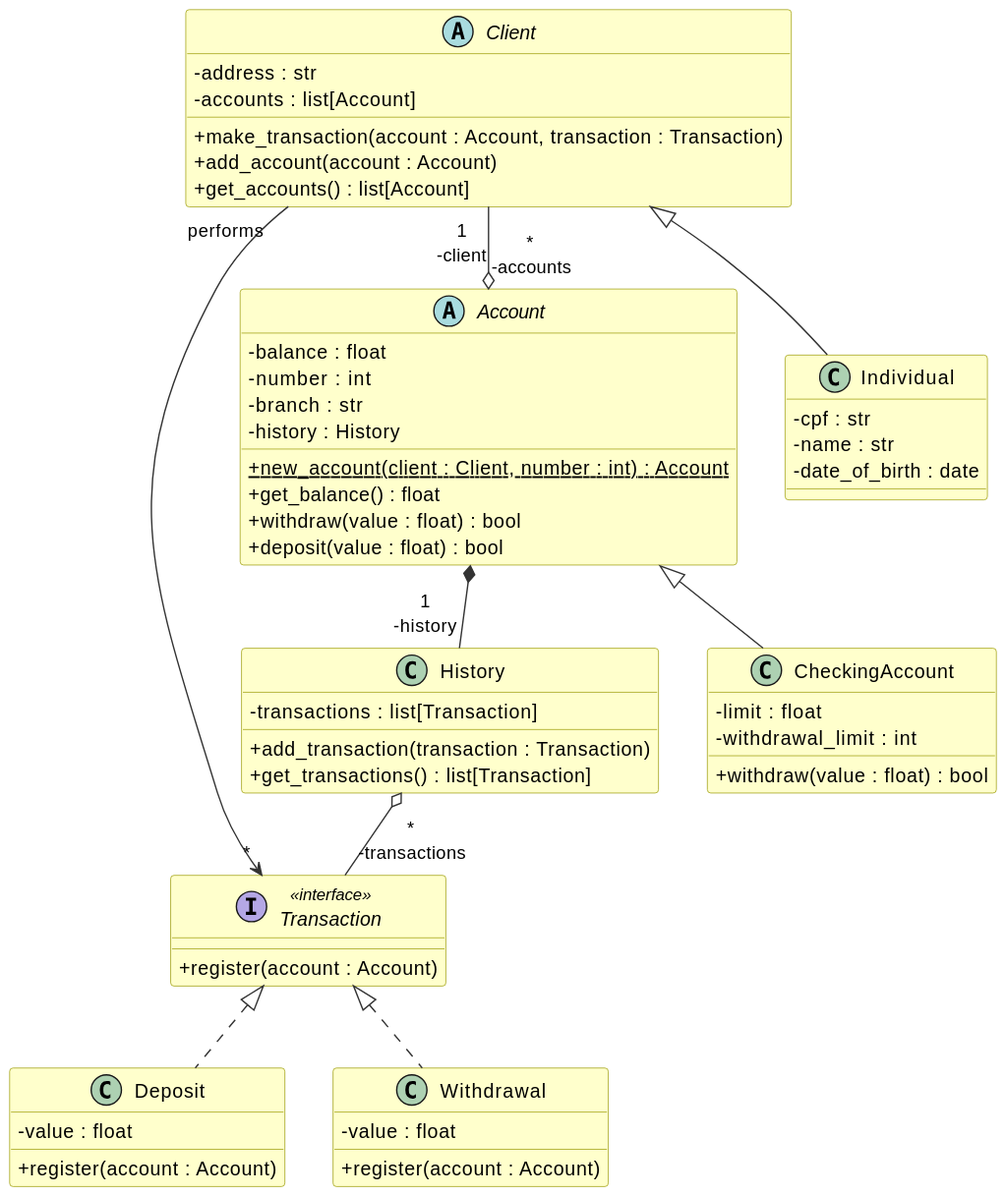
Earlier version of the PlantUML export docs/diagrams/class_diagram/class_diagram.svg (Lidianacosta/FastAPIBankingSystem). Source of this version:
```plantuml
@startuml
skinparam classAttributeIconSize 0
skinparam backgroundColor #FFFFFF
skinparam class {
    BackgroundColor #FFFFCC
    BorderColor #999900
    ArrowColor #333333
}
skinparam abstractClass {
    BackgroundColor #FFE0B2
    BorderColor #E65100
}

interface Transaction <<interface>> {
    + register(account : Account)
}

class Deposit {
    - value : float
    + register(account : Account)
}

class Withdrawal {
    - value : float
    + register(account : Account)
}

class History {
    - transactions : list[Transaction]
    + add_transaction(transaction : Transaction)
    + get_transactions() : list[Transaction]
}

abstract class Account {
    - balance : float
    - number : int
    - branch : str
    - history : History
    + {static} new_account(client : Client, number : int) : Account
    + get_balance() : float
    + withdraw(value : float) : bool
    + deposit(value : float) : bool
}

class CheckingAccount {
    - limit : float
    - withdrawal_limit : int
    + withdraw(value : float) : bool
}

abstract class Client {
    - address : str
    - accounts : list[Account]
    + make_transaction(account : Account, transaction : Transaction)
    + add_account(account : Account)
    + get_accounts() : list[Account]
}

class Individual {
    - cpf : str
    - name : str
    - date_of_birth : date
}

Account <|-- CheckingAccount
Client  <|-- Individual

Transaction <|.. Deposit
Transaction <|.. Withdrawal

Account *-- "1\n-history" History

History o-- "*\n-transactions" Transaction

Client "1\n-client" --o "*\n-accounts" Account

Client "  performs" --> "*" Transaction
@enduml
```
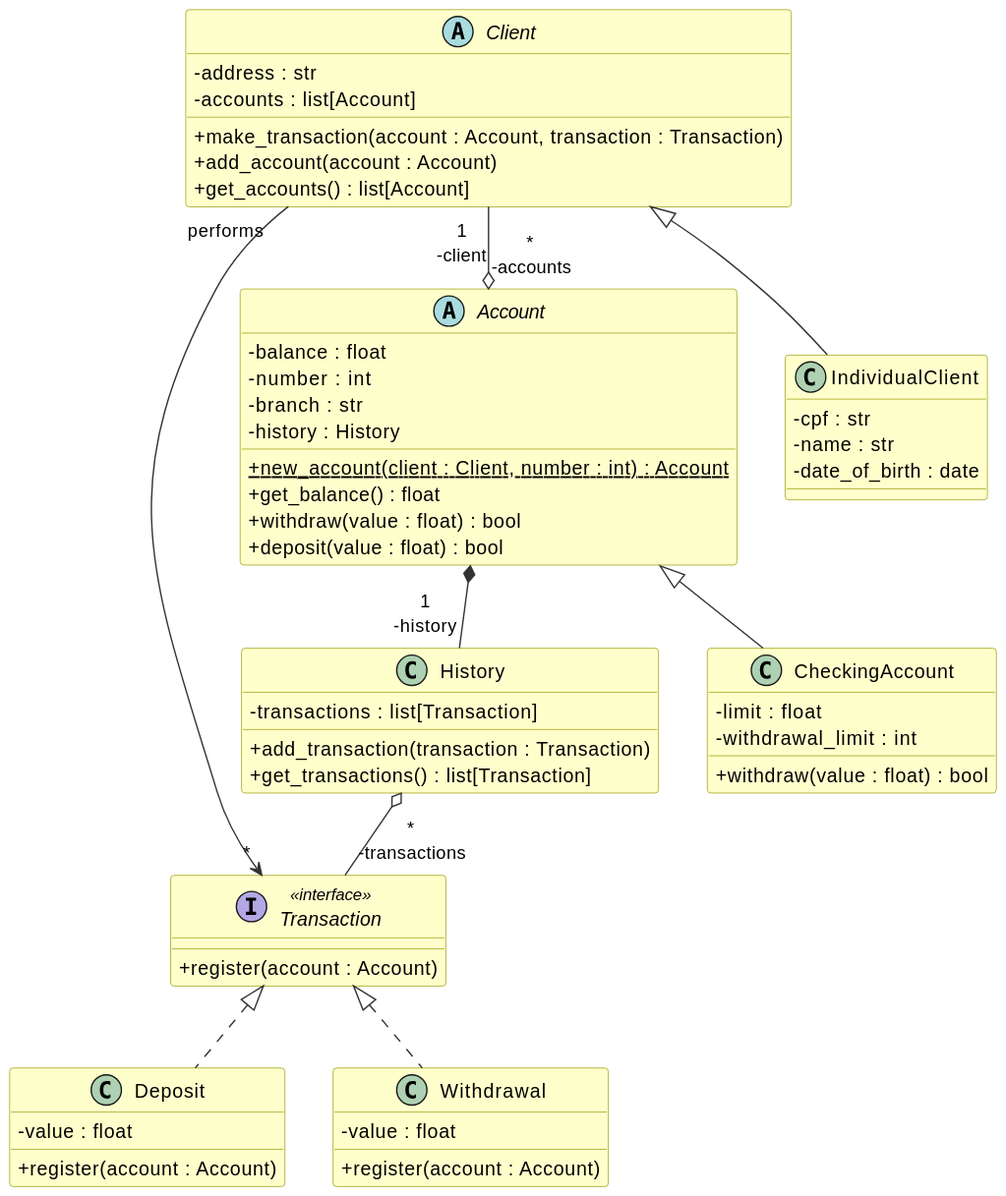
The same file after the commit.

Commit message:
docs(diagrams): rename Individual to IndividualClient in class diagram

Diff of the diagram source:
```diff
@@ -56,14 +56,14 @@
     + get_accounts() : list[Account]
 }
 
-class Individual {
+class IndividualClient {
     - cpf : str
     - name : str
     - date_of_birth : date
 }
 
 Account <|-- CheckingAccount
-Client  <|-- Individual
+Client  <|-- IndividualClient
 
 Transaction <|.. Deposit
 Transaction <|.. Withdrawal
```
